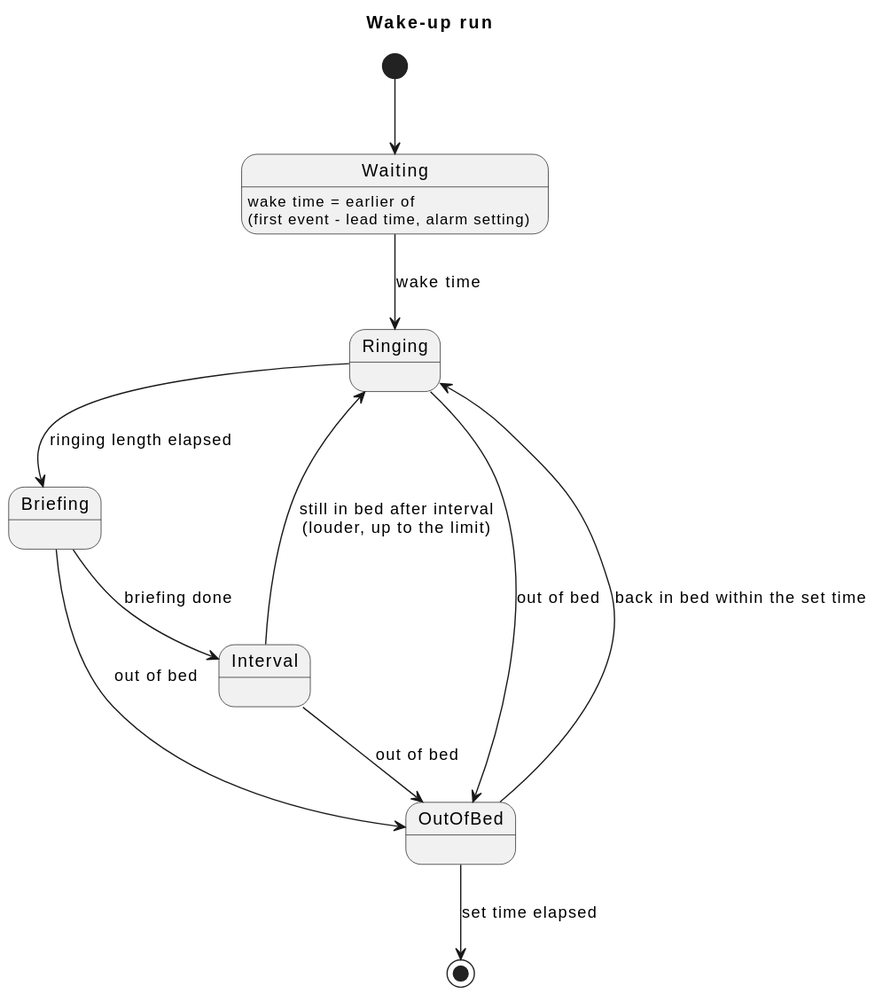
The PlantUML diagram docs/ja/requirements/alarm/overview.svg in cloveclovedev/press-start, before a commit.
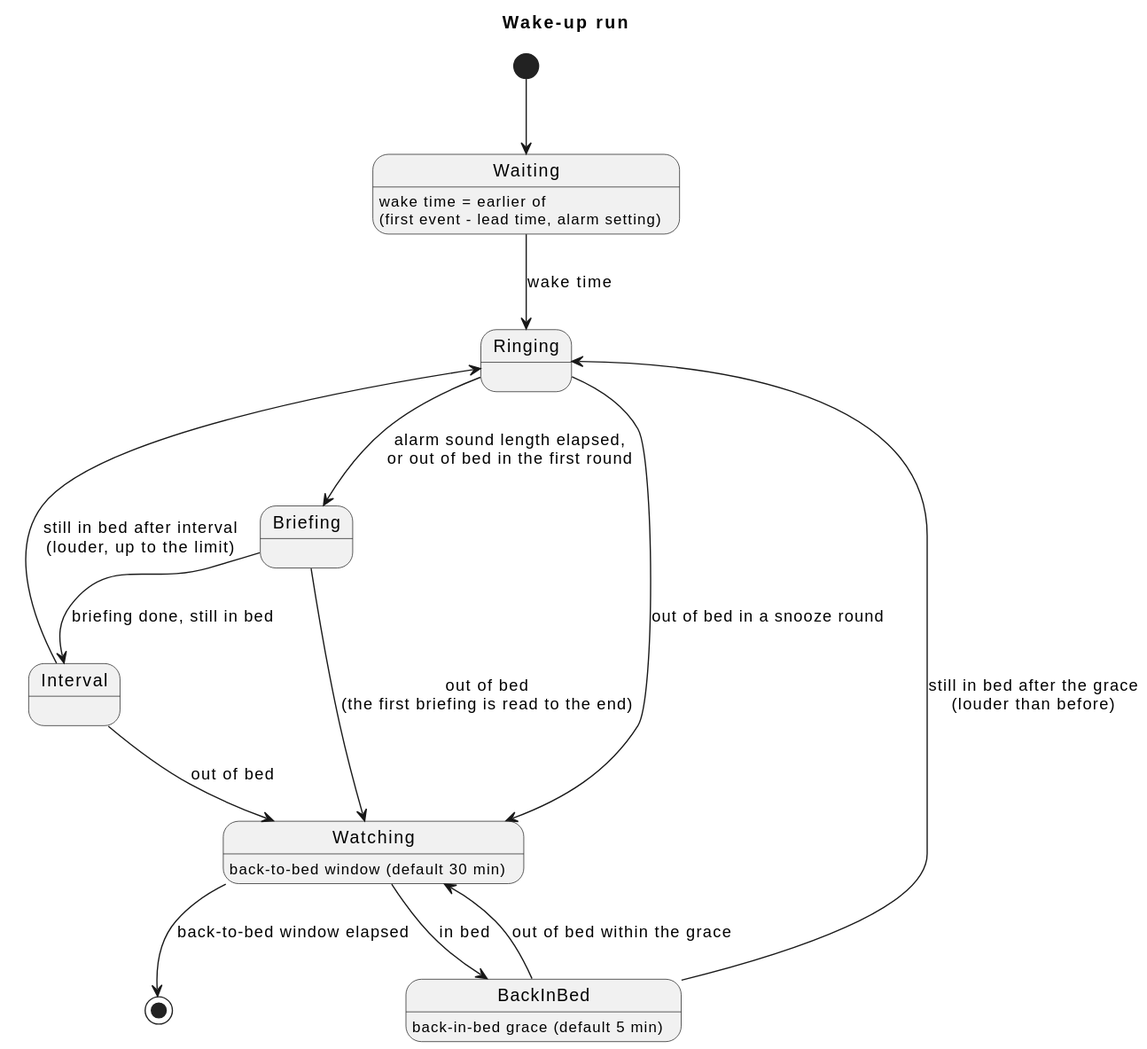
After the change.

Commit message:
docs(requirements): always read the first briefing and watch for going back to bed

Diff of the diagram source:
```diff
@@ -5,12 +5,16 @@
 [*] --> Waiting
 Waiting : wake time = earlier of\n(first event - lead time, alarm setting)
 Waiting --> Ringing : wake time
-Ringing --> Briefing : ringing length elapsed
-Briefing --> Interval : briefing done
+Ringing --> Briefing : alarm sound length elapsed,\nor out of bed in the first round
+Briefing --> Interval : briefing done, still in bed
 Interval --> Ringing : still in bed after interval\n(louder, up to the limit)
-Ringing --> OutOfBed : out of bed
-Briefing --> OutOfBed : out of bed
-Interval --> OutOfBed : out of bed
-OutOfBed --> Ringing : back in bed within the set time
-OutOfBed --> [*] : set time elapsed
+Briefing --> Watching : out of bed\n(the first briefing is read to the end)
+Ringing --> Watching : out of bed in a snooze round
+Interval --> Watching : out of bed
+Watching : back-to-bed window (default 30 min)
+Watching --> BackInBed : in bed
+BackInBed : back-in-bed grace (default 5 min)
+BackInBed --> Watching : out of bed within the grace
+BackInBed --> Ringing : still in bed after the grace\n(louder than before)
+Watching --> [*] : back-to-bed window elapsed
 @enduml
```
